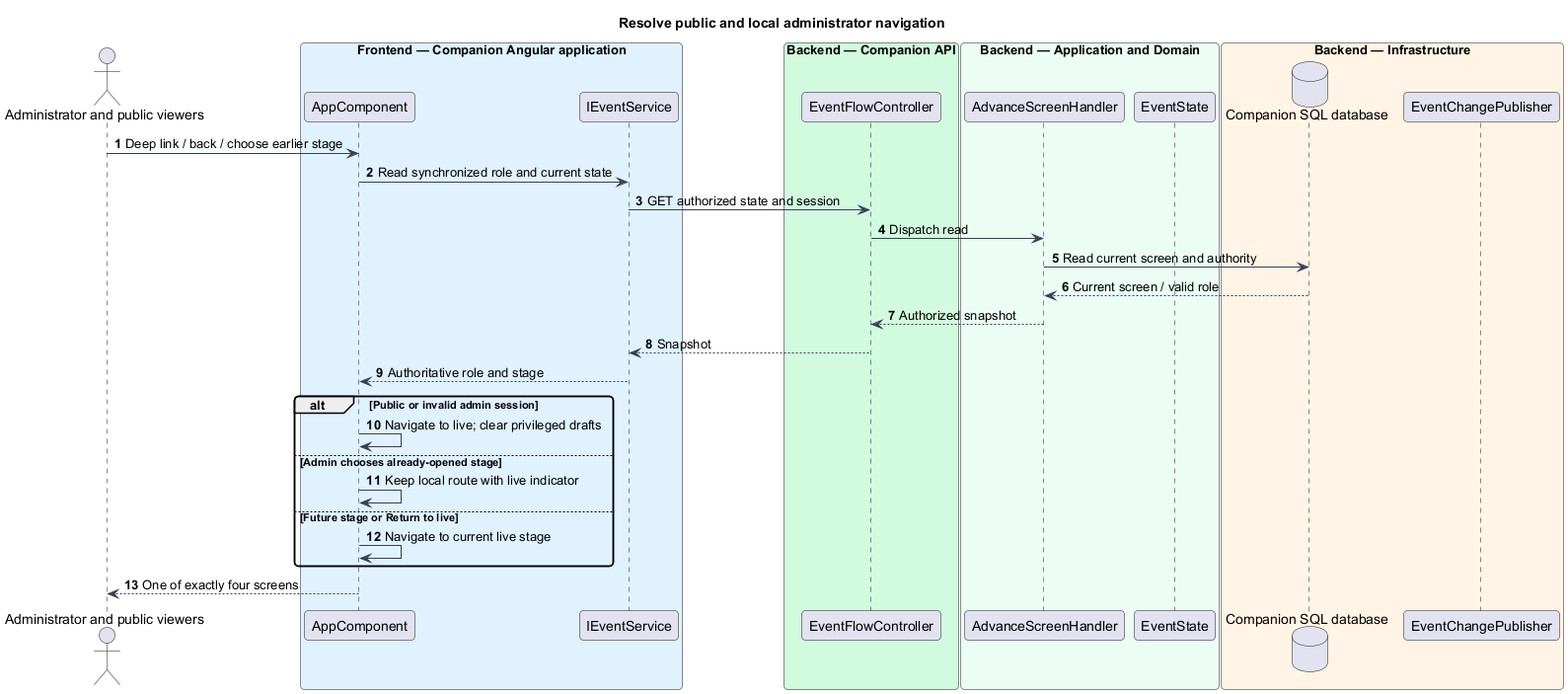
QuinntyneBrown/faithtech-toronto-ai-build-event keeps this PlantUML diagram as docs/detailed-designs/event-flow/advance-screens/diagrams/sequence-navigation.png. Above is the earlier version. Its diagram source:
```plantuml
@startuml
skinparam backgroundColor #FFFFFF
skinparam shadowing false
skinparam defaultFontName Arial
skinparam ArrowColor #344054
skinparam roundcorner 8
autonumber
title Resolve public and local administrator navigation
actor "Administrator and public viewers" as actor
box "Frontend — Companion Angular application" #E0F2FE
participant "AppComponent" as page
participant "IEventService" as client
end box
box "Backend — Companion API" #D1FADF
participant "EventFlowController" as controller
end box
box "Backend — Application and Domain" #ECFDF3
participant "AdvanceScreenHandler" as handler
participant "EventState" as entity
end box
box "Backend — Infrastructure" #FFF4E5
database "Companion SQL database" as db
participant "EventChangePublisher" as push
end box
actor -> page : Deep link / back / choose earlier stage
page -> client : Read synchronized role and current state
client -> controller : GET authorized state and session
controller -> handler : Dispatch read
handler -> db : Read current screen and authority
 db --> handler : Current screen / valid role
handler --> controller : Authorized snapshot
controller --> client : Snapshot
client --> page : Authoritative role and stage
alt Public or invalid admin session
 page -> page : Navigate to live; clear privileged drafts
else Admin chooses already-opened stage
 page -> page : Keep local route with live indicator
else Future stage or Return to live
 page -> page : Navigate to current live stage
end
page --> actor : One of exactly four screens
@enduml
```
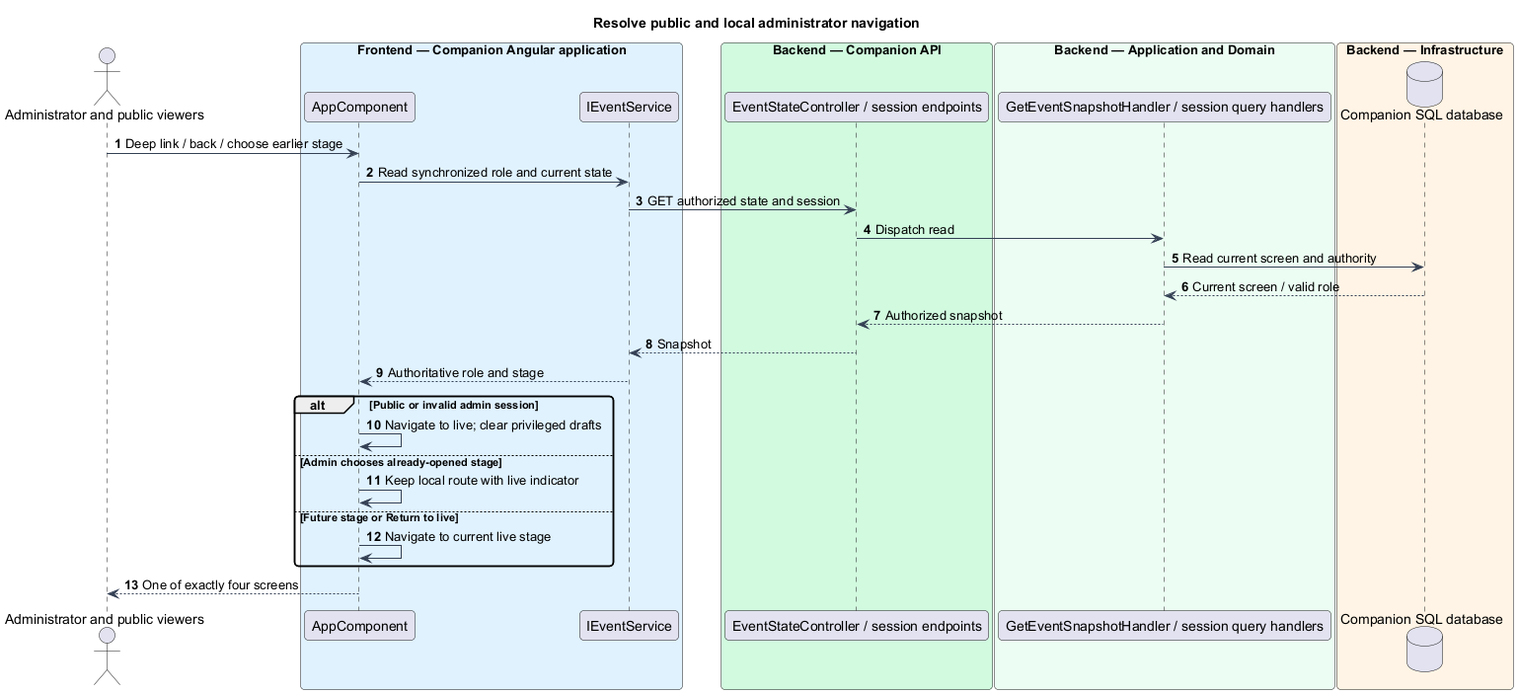
After the change.

Diff of the diagram source:
```diff
@@ -12,15 +12,13 @@
 participant "IEventService" as client
 end box
 box "Backend — Companion API" #D1FADF
-participant "EventFlowController" as controller
+participant "EventStateController / session endpoints" as controller
 end box
 box "Backend — Application and Domain" #ECFDF3
-participant "AdvanceScreenHandler" as handler
-participant "EventState" as entity
+participant "GetEventSnapshotHandler / session query handlers" as handler
 end box
 box "Backend — Infrastructure" #FFF4E5
 database "Companion SQL database" as db
-participant "EventChangePublisher" as push
 end box
 actor -> page : Deep link / back / choose earlier stage
 page -> client : Read synchronized role and current state
```
